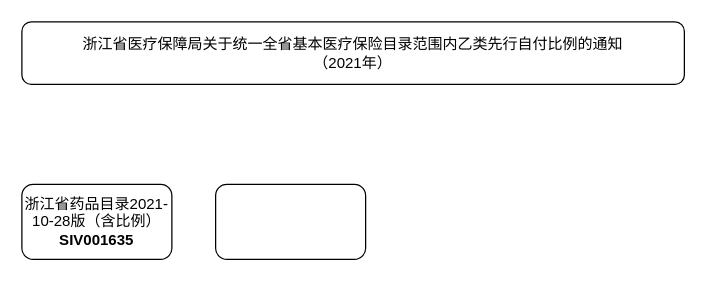
Earlier version of the draw.io diagram 风控/浙江三目录数据源.drawio (XiaoLiuAI/diagrams). Source tidied: cells renumbered, new cells numbered last; positions are measured from the earlier drawing's top-left corner, leaving out a move shared by most shapes. Both pictures are drawn from the tidied source at 125%, with x=0, y=0 at pixel (21, 21).
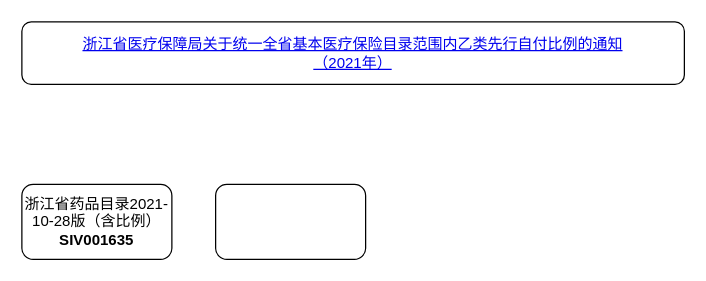
The same page after the edit.

Commit message (it also covers changes not shown here):
Update 浙江三目录数据源.drawio

The edit, as a diff of the source:
```diff
@@
 <mxGraphModel>
   <root>
     <mxCell id="0" />
     <mxCell id="1" parent="0" />
-    <mxCell id="2" value="浙江省医疗保障局关于统一全省基本医疗保险目录范围内乙类先行自付比例的通知&lt;br&gt;（2021年）" style="rounded=1;whiteSpace=wrap;html=1;" parent="1" vertex="1">
+    <mxCell id="2" value="&lt;a href=&quot;http://ybj.zj.gov.cn/art/2021/11/29/art_1229262886_58828981.html&quot;&gt;浙江省医疗保障局关于统一全省基本医疗保险目录范围内乙类先行自付比例的通知&lt;br&gt;（2021年）&lt;/a&gt;" style="rounded=1;whiteSpace=wrap;html=1;" parent="1" vertex="1">
       <mxGeometry width="530" height="50" as="geometry" />
     </mxCell>
     <mxCell id="3" value="浙江省药品目录2021-10-28版（含比例）&lt;br&gt;&lt;b&gt;SIV001635&lt;/b&gt;" style="rounded=1;whiteSpace=wrap;html=1;" parent="1" vertex="1">
       <mxGeometry y="130" width="120" height="60" as="geometry" />
     </mxCell>
     <mxCell id="4" style="rounded=1;whiteSpace=wrap;html=1;" parent="1" vertex="1">
       <mxGeometry x="155" y="130" width="120" height="60" as="geometry" />
     </mxCell>
   </root>
 </mxGraphModel>
```
